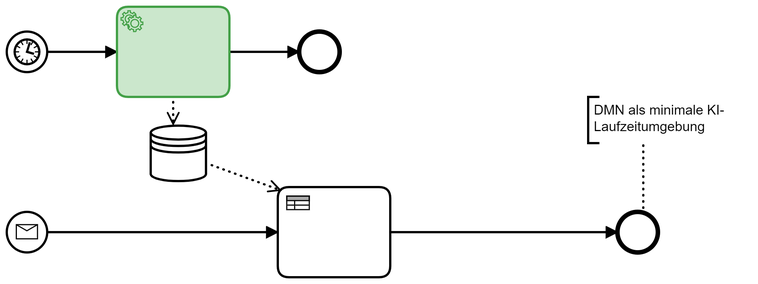
The BPMN diagram models/dmn-as-runtime-environment.png in viadee/bpmn.ai-patterns, before a commit. Its source is kept beside it as models/dmn-as-runtime-environment.bpmn. Ids are renumbered.
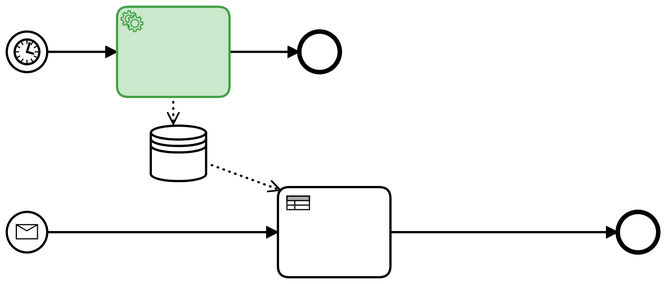
The same diagram one commit later.

Change to the diagram source:
```diff
@@ -35,31 +35,24 @@
     <bpmn:sequenceFlow id="Flow_n6" sourceRef="Event_n14" targetRef="Activity_n5" />
     <bpmn:sequenceFlow id="Flow_n11" sourceRef="Event_n17" targetRef="Activity_n10" />
     <bpmn:sequenceFlow id="Flow_n12" sourceRef="Activity_n10" targetRef="Event_n16" />
-    <bpmn:textAnnotation id="TextAnnotation_n19">
-      <bpmn:text>DMN als minimale KI-Laufzeitumgebung</bpmn:text>
-    </bpmn:textAnnotation>
-    <bpmn:association id="Association_n20" sourceRef="Event_n3" targetRef="TextAnnotation_n19" />
   </bpmn:process>
   <bpmndi:BPMNDiagram id="BPMNDiagram_1">
     <bpmndi:BPMNPlane id="BPMNPlane_1" bpmnElement="Process_n2">
-      <bpmndi:BPMNShape id="TextAnnotation_n19_di" bpmnElement="TextAnnotation_n19">
-        <dc:Bounds x="676" y="160" width="145" height="41" />
-      </bpmndi:BPMNShape>
-      <bpmndi:BPMNEdge id="Flow_n4_di" bpmnElement="Flow_n4">
-        <di:waypoint x="500" y="280" />
-        <di:waypoint x="702" y="280" />
+      <bpmndi:BPMNEdge id="Flow_n12_di" bpmnElement="Flow_n12">
+        <di:waypoint x="357" y="120" />
+        <di:waypoint x="419" y="120" />
+      </bpmndi:BPMNEdge>
+      <bpmndi:BPMNEdge id="Flow_n11_di" bpmnElement="Flow_n11">
+        <di:waypoint x="195" y="120" />
+        <di:waypoint x="257" y="120" />
       </bpmndi:BPMNEdge>
       <bpmndi:BPMNEdge id="Flow_n6_di" bpmnElement="Flow_n6">
         <di:waypoint x="195" y="280" />
         <di:waypoint x="400" y="280" />
       </bpmndi:BPMNEdge>
-      <bpmndi:BPMNEdge id="Flow_n11_di" bpmnElement="Flow_n11">
-        <di:waypoint x="195" y="120" />
-        <di:waypoint x="257" y="120" />
-      </bpmndi:BPMNEdge>
-      <bpmndi:BPMNEdge id="Flow_n12_di" bpmnElement="Flow_n12">
-        <di:waypoint x="357" y="120" />
-        <di:waypoint x="419" y="120" />
+      <bpmndi:BPMNEdge id="Flow_n4_di" bpmnElement="Flow_n4">
+        <di:waypoint x="500" y="280" />
+        <di:waypoint x="702" y="280" />
       </bpmndi:BPMNEdge>
       <bpmndi:BPMNShape id="Event_n3_di" bpmnElement="Event_n3">
         <dc:Bounds x="702" y="262" width="36" height="36" />
@@ -82,10 +75,6 @@
       <bpmndi:BPMNShape id="DataStoreReference_n9_di" bpmnElement="DataStoreReference_n9">
         <dc:Bounds x="287" y="185" width="50" height="50" />
       </bpmndi:BPMNShape>
-      <bpmndi:BPMNEdge id="Association_n20_di" bpmnElement="Association_n20">
-        <di:waypoint x="725" y="263" />
-        <di:waypoint x="725" y="201" />
-      </bpmndi:BPMNEdge>
       <bpmndi:BPMNEdge id="DataInputAssociation_n8_di" bpmnElement="DataInputAssociation_n8">
         <di:waypoint x="337" y="219" />
         <di:waypoint x="403" y="243" />
```
